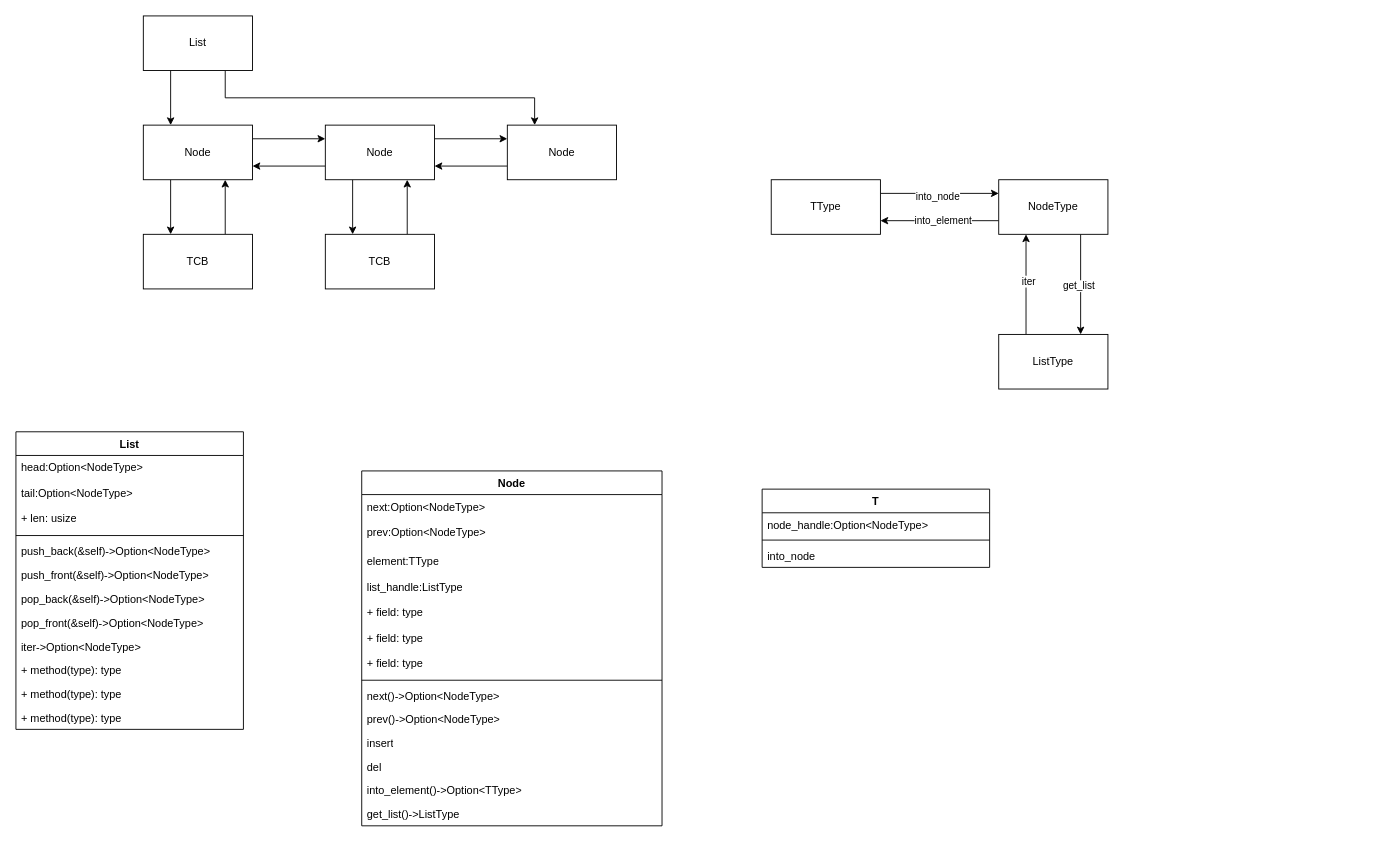
Earlier version of the draw.io diagram page "第 2 页" (2 of 2) of uml.drawio (mychenkaikai/neon-rtos). Source tidied: cells renumbered, new cells numbered last; positions are measured from the earlier drawing's top-left corner, leaving out a move shared by most shapes. Both pictures are drawn from the tidied source at 91%, with x=0, y=0 at pixel (15, 15).
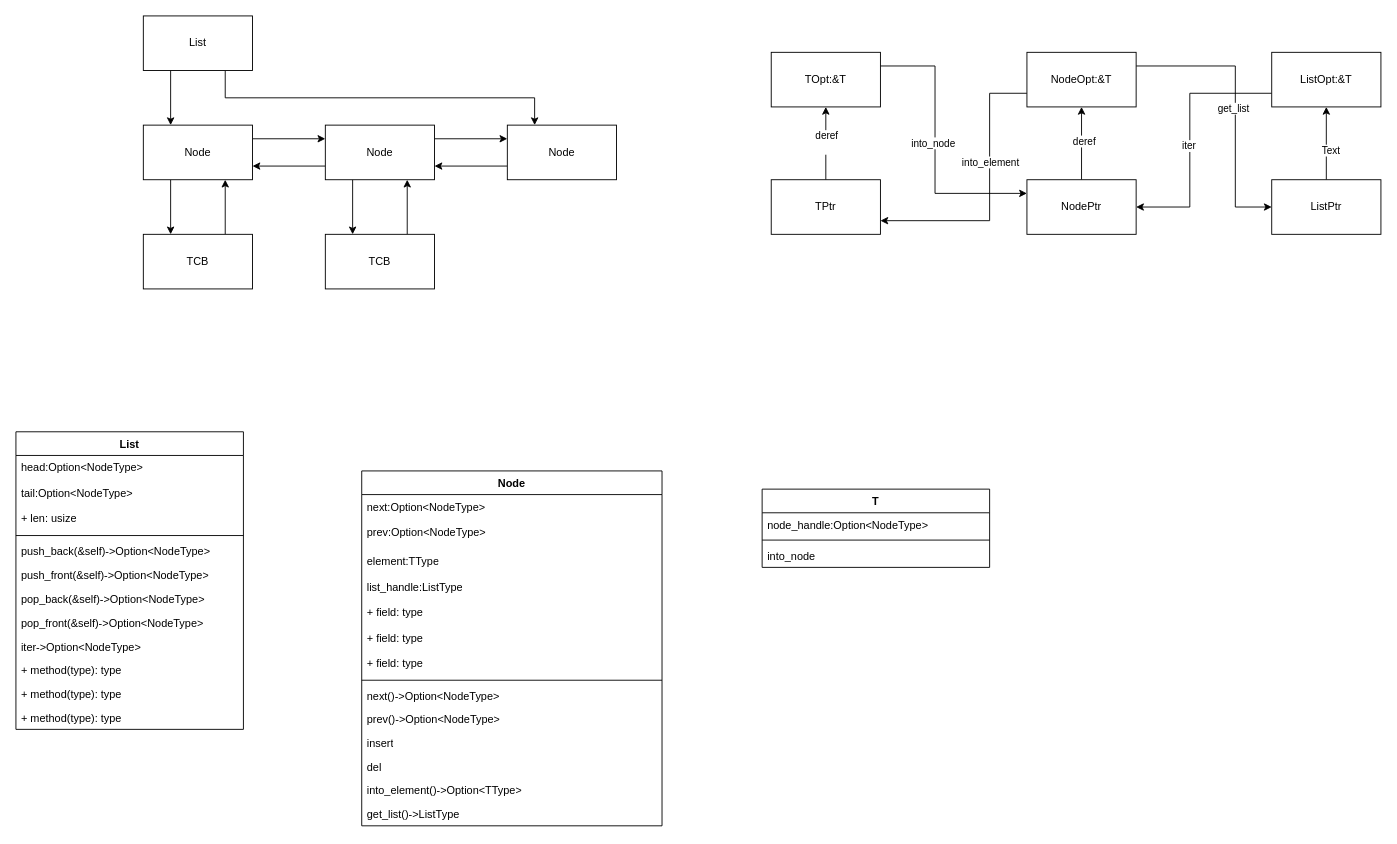
The same diagram, later.

Change to the diagram source:
```diff
@@
-    <mxCell id="50" style="edgeStyle=orthogonalEdgeStyle;rounded=0;jettySize=auto;html=1;exitX=1;exitY=0.25;exitDx=0;exitDy=0;entryX=0;entryY=0.25;entryDx=0;entryDy=0;" parent="1" edge="1" source="52" target="57">
-      <mxGeometry relative="1" as="geometry" />
-    </mxCell>
+    <mxCell id="61" style="edgeStyle=orthogonalEdgeStyle;rounded=0;jettySize=auto;html=1;exitX=0.5;exitY=0;exitDx=0;exitDy=0;entryX=0.5;entryY=1;entryDx=0;entryDy=0;" parent="1" edge="1" source="52" target="68">
+      <mxGeometry relative="1" as="geometry" />
+    </mxCell>
+    <mxCell id="62" value="deref&lt;div&gt;&lt;br&gt;&lt;/div&gt;" style="edgeLabel;html=1;align=center;verticalAlign=middle;" parent="61" vertex="1">
+      <mxGeometry x="0.04" relative="1" as="geometry" />
+    </mxCell>
+    <mxCell id="52" value="TPtr" style="rounded=0;whiteSpace=wrap;html=1;" parent="1" vertex="1">
+      <mxGeometry x="830" y="180" width="120" height="60" as="geometry" />
+    </mxCell>
+    <mxCell id="63" style="edgeStyle=orthogonalEdgeStyle;rounded=0;jettySize=auto;html=1;exitX=0.5;exitY=0;exitDx=0;exitDy=0;entryX=0.5;entryY=1;entryDx=0;entryDy=0;" parent="1" edge="1" source="57" target="71">
+      <mxGeometry relative="1" as="geometry" />
+    </mxCell>
+    <mxCell id="64" value="deref" style="edgeLabel;html=1;align=center;verticalAlign=middle;" parent="63" vertex="1">
+      <mxGeometry x="0.07" y="-2" relative="1" as="geometry" />
+    </mxCell>
+    <mxCell id="57" value="NodePtr" style="rounded=0;whiteSpace=wrap;html=1;" parent="1" vertex="1">
+      <mxGeometry x="1111" y="180" width="120" height="60" as="geometry" />
+    </mxCell>
+    <mxCell id="65" style="edgeStyle=orthogonalEdgeStyle;rounded=0;jettySize=auto;html=1;exitX=0.5;exitY=0;exitDx=0;exitDy=0;entryX=0.5;entryY=1;entryDx=0;entryDy=0;" parent="1" edge="1" source="60" target="73">
+      <mxGeometry relative="1" as="geometry" />
+    </mxCell>
+    <mxCell id="66" value="Text" style="edgeLabel;html=1;align=center;verticalAlign=middle;" parent="65" vertex="1">
+      <mxGeometry x="-0.18" y="-4" relative="1" as="geometry" />
+    </mxCell>
+    <mxCell id="60" value="ListPtr" style="rounded=0;whiteSpace=wrap;html=1;" parent="1" vertex="1">
+      <mxGeometry x="1380" y="180" width="120" height="60" as="geometry" />
+    </mxCell>
+    <mxCell id="67" style="edgeStyle=orthogonalEdgeStyle;rounded=0;jettySize=auto;html=1;exitX=1;exitY=0.25;exitDx=0;exitDy=0;entryX=0;entryY=0.25;entryDx=0;entryDy=0;" parent="1" edge="1" source="68" target="57">
+      <mxGeometry relative="1" as="geometry">
+        <Array as="points">
+          <mxPoint x="1010" y="55" />
+          <mxPoint x="1010" y="195" />
+        </Array>
+      </mxGeometry>
+    </mxCell>
-    <mxCell id="51" value="into_node" style="edgeLabel;html=1;align=center;verticalAlign=middle;" parent="50" vertex="1">
+    <mxCell id="51" value="into_node" style="edgeLabel;html=1;align=center;verticalAlign=middle;" parent="67" vertex="1">
       <mxGeometry x="-0.04" y="-3" relative="1" as="geometry" />
     </mxCell>
-    <mxCell id="52" value="TType" style="rounded=0;whiteSpace=wrap;html=1;" parent="1" vertex="1">
-      <mxGeometry x="830" y="180" width="120" height="60" as="geometry" />
-    </mxCell>
-    <mxCell id="53" style="edgeStyle=orthogonalEdgeStyle;rounded=0;jettySize=auto;html=1;exitX=0;exitY=0.75;exitDx=0;exitDy=0;entryX=1;entryY=0.75;entryDx=0;entryDy=0;" parent="1" edge="1" source="57" target="52">
-      <mxGeometry relative="1" as="geometry" />
-    </mxCell>
+    <mxCell id="68" value="TOpt:&amp;amp;T" style="rounded=0;whiteSpace=wrap;html=1;" parent="1" vertex="1">
+      <mxGeometry x="830" y="40" width="120" height="60" as="geometry" />
+    </mxCell>
+    <mxCell id="69" style="edgeStyle=orthogonalEdgeStyle;rounded=0;jettySize=auto;html=1;exitX=0;exitY=0.75;exitDx=0;exitDy=0;entryX=1;entryY=0.75;entryDx=0;entryDy=0;" parent="1" edge="1" source="71" target="52">
+      <mxGeometry relative="1" as="geometry">
+        <Array as="points">
+          <mxPoint x="1070" y="85" />
+          <mxPoint x="1070" y="225" />
+        </Array>
+      </mxGeometry>
+    </mxCell>
-    <mxCell id="54" value="into_element" style="edgeLabel;html=1;align=center;verticalAlign=middle;" parent="53" vertex="1">
-      <mxGeometry x="-0.04" y="-1" relative="1" as="geometry" />
+    <mxCell id="54" value="into_element" style="edgeLabel;html=1;align=center;verticalAlign=middle;" parent="69" vertex="1">
+      <mxGeometry x="-0.04" y="-1" relative="1" as="geometry">
+        <mxPoint x="1" y="-28" as="offset" />
+      </mxGeometry>
     </mxCell>
-    <mxCell id="55" style="edgeStyle=orthogonalEdgeStyle;rounded=0;jettySize=auto;html=1;exitX=0.75;exitY=1;exitDx=0;exitDy=0;entryX=0.75;entryY=0;entryDx=0;entryDy=0;" parent="1" edge="1" source="57" target="60">
-      <mxGeometry relative="1" as="geometry" />
-    </mxCell>
+    <mxCell id="70" style="edgeStyle=orthogonalEdgeStyle;rounded=0;jettySize=auto;html=1;exitX=1;exitY=0.25;exitDx=0;exitDy=0;entryX=0;entryY=0.5;entryDx=0;entryDy=0;" parent="1" edge="1" source="71" target="60">
+      <mxGeometry relative="1" as="geometry">
+        <Array as="points">
+          <mxPoint x="1340" y="55" />
+          <mxPoint x="1340" y="210" />
+        </Array>
+      </mxGeometry>
+    </mxCell>
-    <mxCell id="56" value="get_list" style="edgeLabel;html=1;align=center;verticalAlign=middle;" parent="55" vertex="1">
+    <mxCell id="56" value="get_list" style="edgeLabel;html=1;align=center;verticalAlign=middle;" parent="70" vertex="1">
       <mxGeometry x="0.02" y="-3" relative="1" as="geometry" />
     </mxCell>
-    <mxCell id="57" value="NodeType" style="rounded=0;whiteSpace=wrap;html=1;" parent="1" vertex="1">
-      <mxGeometry x="1080" y="180" width="120" height="60" as="geometry" />
-    </mxCell>
-    <mxCell id="58" style="edgeStyle=orthogonalEdgeStyle;rounded=0;jettySize=auto;html=1;exitX=0.25;exitY=0;exitDx=0;exitDy=0;entryX=0.25;entryY=1;entryDx=0;entryDy=0;" parent="1" edge="1" source="60" target="57">
-      <mxGeometry relative="1" as="geometry">
-        <Array as="points">
-          <mxPoint x="1110" y="300" />
-          <mxPoint x="1110" y="300" />
-        </Array>
-      </mxGeometry>
-    </mxCell>
+    <mxCell id="71" value="NodeOpt:&amp;amp;T" style="rounded=0;whiteSpace=wrap;html=1;" parent="1" vertex="1">
+      <mxGeometry x="1111" y="40" width="120" height="60" as="geometry" />
+    </mxCell>
+    <mxCell id="72" style="edgeStyle=orthogonalEdgeStyle;rounded=0;jettySize=auto;html=1;exitX=0;exitY=0.75;exitDx=0;exitDy=0;entryX=1;entryY=0.5;entryDx=0;entryDy=0;" parent="1" edge="1" source="73" target="57">
+      <mxGeometry relative="1" as="geometry">
+        <Array as="points">
+          <mxPoint x="1290" y="85" />
+          <mxPoint x="1290" y="210" />
+        </Array>
+      </mxGeometry>
+    </mxCell>
-    <mxCell id="59" value="iter" style="edgeLabel;html=1;align=center;verticalAlign=middle;" parent="58" vertex="1">
+    <mxCell id="59" value="iter" style="edgeLabel;html=1;align=center;verticalAlign=middle;" parent="72" vertex="1">
       <mxGeometry x="0.07" y="-2" relative="1" as="geometry" />
     </mxCell>
-    <mxCell id="60" value="ListType" style="rounded=0;whiteSpace=wrap;html=1;" parent="1" vertex="1">
-      <mxGeometry x="1080" y="350" width="120" height="60" as="geometry" />
-    </mxCell>
+    <mxCell id="73" value="ListOpt:&amp;amp;T" style="rounded=0;whiteSpace=wrap;html=1;" parent="1" vertex="1">
+      <mxGeometry x="1380" y="40" width="120" height="60" as="geometry" />
+    </mxCell>
```
